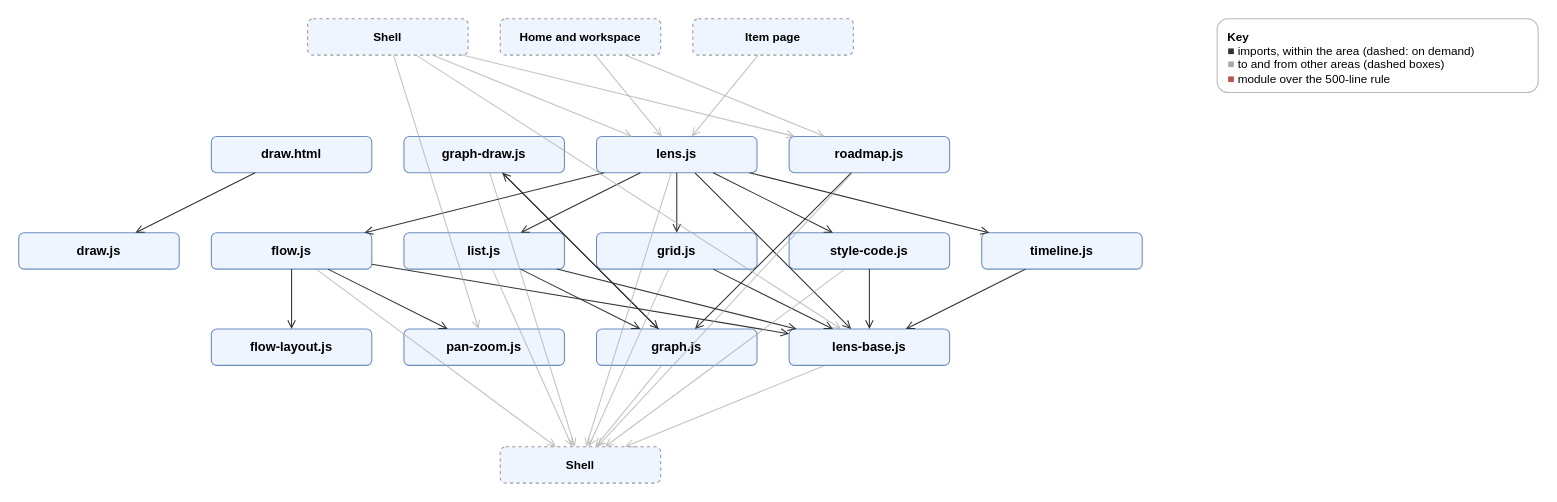
Before: page "UI: Pictures" (12 of 19) of docs/diagrams/modules.drawio in AlexReiner98/archipelago, a draw.io diagram. Source tidied: cells renumbered, new cells numbered last; positions are measured from the earlier drawing's top-left corner, leaving out a move shared by most shapes. Both pictures are drawn from the tidied source at 107%, with x=0, y=0 at pixel (18, 18).
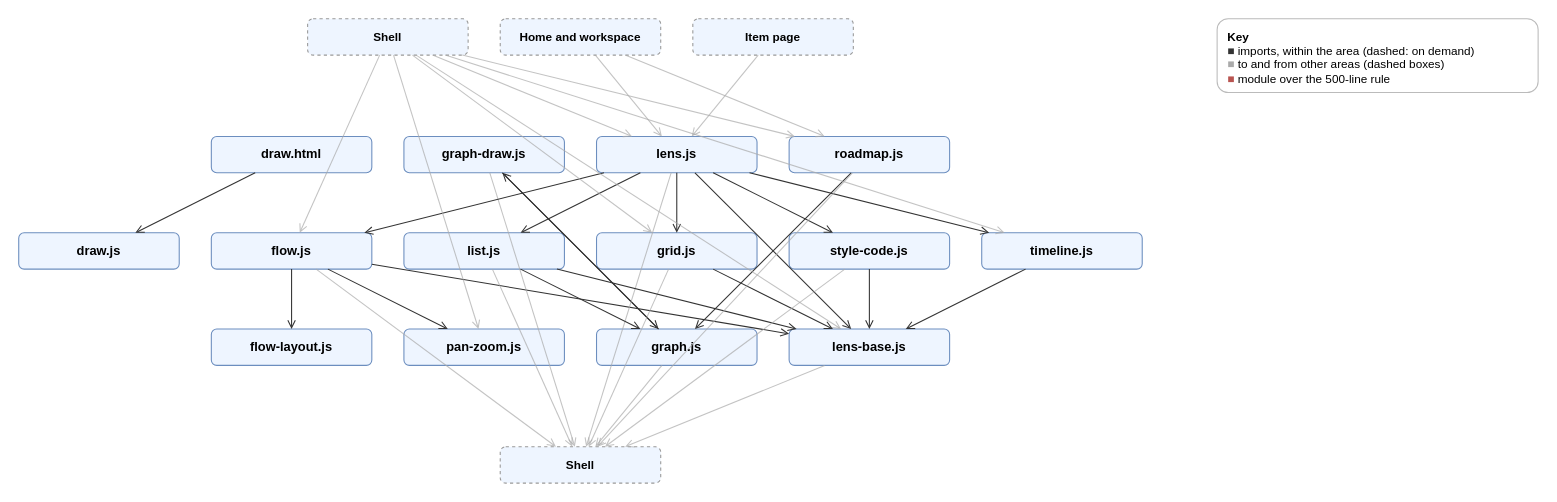
The same diagram, later.

The change refers to these unchanged cells:
```xml
<mxCell id="2" value="&lt;b&gt;Shell&lt;/b&gt;" style="rounded=1;html=1;whiteSpace=wrap;dashed=1;fontSize=11;fillColor=#eef5ff;strokeColor=#999999;" parent="1" vertex="1">
  <mxGeometry x="270" width="150" height="34" as="geometry" />
</mxCell>
<mxCell id="10" value="flow.js" style="rounded=1;html=1;whiteSpace=wrap;fontSize=12;fontStyle=1;fillColor=#eef5ff;strokeColor=#6c8ebf;" parent="1" vertex="1">
  <mxGeometry x="180" y="200" width="150" height="34" as="geometry" />
</mxCell>
<mxCell id="12" value="grid.js" style="rounded=1;html=1;whiteSpace=wrap;fontSize=12;fontStyle=1;fillColor=#eef5ff;strokeColor=#6c8ebf;" parent="1" vertex="1">
  <mxGeometry x="540" y="200" width="150" height="34" as="geometry" />
</mxCell>
<mxCell id="14" value="timeline.js" style="rounded=1;html=1;whiteSpace=wrap;fontSize=12;fontStyle=1;fillColor=#eef5ff;strokeColor=#6c8ebf;" parent="1" vertex="1">
  <mxGeometry x="900" y="200" width="150" height="34" as="geometry" />
</mxCell>
```

Change to the diagram source:
```diff
@@
+    <mxCell id="55" style="html=1;endArrow=open;strokeColor=#aaaaaa;dashed=0;opacity=70;" parent="1" edge="1" source="2" target="10">
+      <mxGeometry relative="1" as="geometry" />
+    </mxCell>
+    <mxCell id="56" style="html=1;endArrow=open;strokeColor=#aaaaaa;dashed=0;opacity=70;" parent="1" edge="1" source="2" target="12">
+      <mxGeometry relative="1" as="geometry" />
+    </mxCell>
@@
+    <mxCell id="57" style="html=1;endArrow=open;strokeColor=#aaaaaa;dashed=0;opacity=70;" parent="1" edge="1" source="2" target="14">
+      <mxGeometry relative="1" as="geometry" />
+    </mxCell>
```
